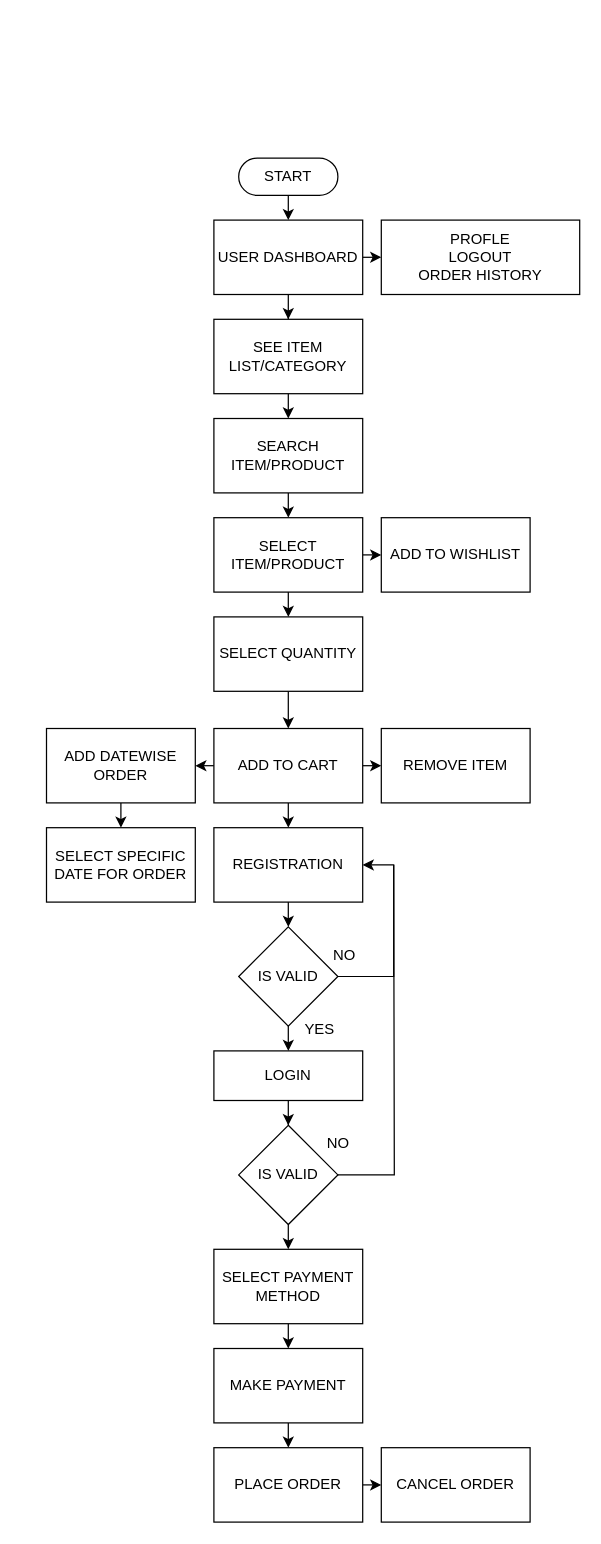
sonukshatriya/flowchart keeps this draw.io diagram as page "Page-1" (1 of 2) of gifthamper.drawio. Above is the earlier version. Source tidied: cells renumbered, new cells numbered last; positions are measured from the earlier drawing's top-left corner, leaving out a move shared by most shapes. Both pictures are drawn from the tidied source at 124%, with x=0, y=0 at pixel (46, 157).
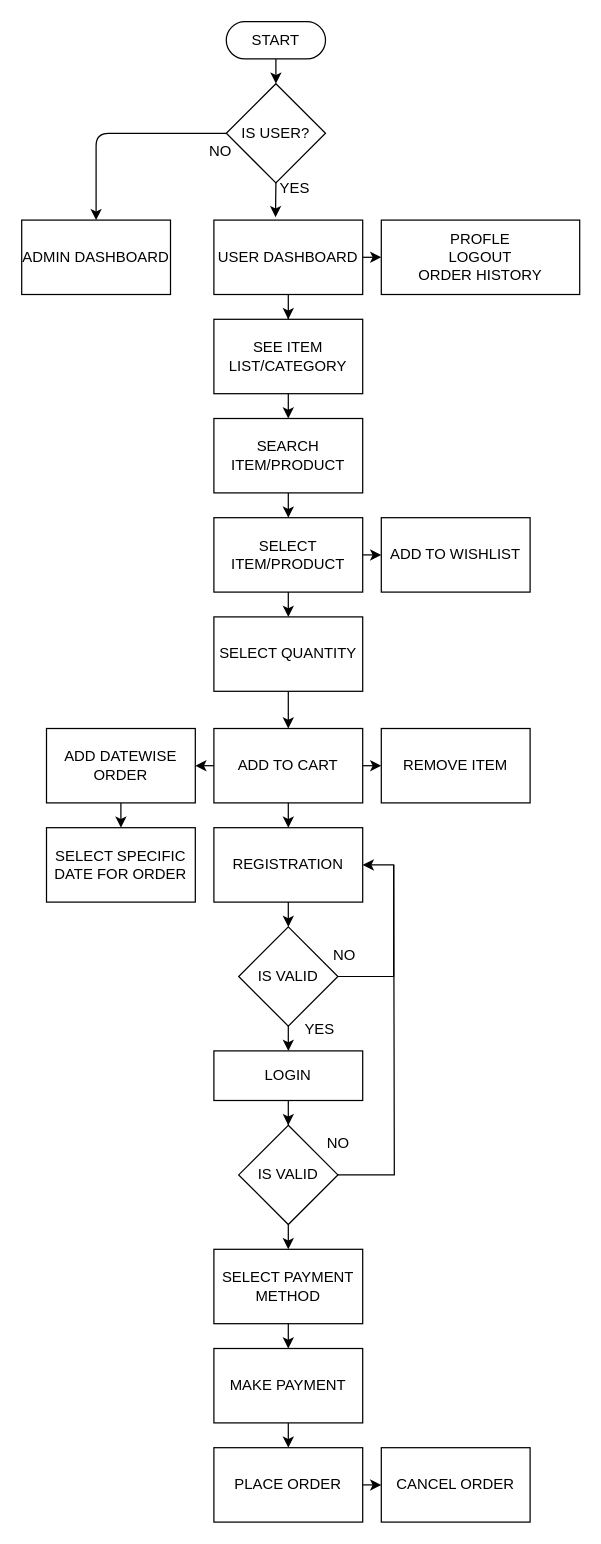
After the change.

Unchanged cells that the change refers to:
```xml
<mxCell id="6" value="USER DASHBOARD" style="rounded=0;whiteSpace=wrap;html=1;" parent="1" vertex="1">
  <mxGeometry x="135" y="50" width="120" height="60" as="geometry" />
</mxCell>
```

Change to the diagram source:
```diff
@@
     <mxCell id="2" style="edgeStyle=orthogonalEdgeStyle;rounded=0;jettySize=auto;html=1;exitX=0.5;exitY=0.5;exitDx=0;exitDy=15;exitPerimeter=0;entryX=0.5;entryY=0.5;entryDx=0;entryDy=-15;entryPerimeter=0;" parent="1" edge="1" source="3">
       <mxGeometry relative="1" as="geometry">
-        <mxPoint x="195" y="50" as="targetPoint" />
+        <mxPoint x="185" y="-60" as="targetPoint" />
       </mxGeometry>
     </mxCell>
     <mxCell id="3" value="START" style="html=1;dashed=0;whiteSpace=wrap;shape=mxgraph.dfd.start;" parent="1" vertex="1">
-      <mxGeometry x="155" width="80" height="30" as="geometry" />
+      <mxGeometry x="145" y="-110" width="80" height="30" as="geometry" />
     </mxCell>
@@
+    <mxCell id="46" style="edgeStyle=none;html=1;exitX=0.5;exitY=1;exitDx=0;exitDy=0;entryX=0.414;entryY=-0.039;entryDx=0;entryDy=0;entryPerimeter=0;" parent="1" edge="1" source="48" target="6">
+      <mxGeometry relative="1" as="geometry" />
+    </mxCell>
+    <mxCell id="47" style="edgeStyle=none;html=1;exitX=0;exitY=0.5;exitDx=0;exitDy=0;entryX=0.5;entryY=0;entryDx=0;entryDy=0;" parent="1" edge="1" source="48" target="51">
+      <mxGeometry relative="1" as="geometry">
+        <Array as="points">
+          <mxPoint x="40" y="-20" />
+        </Array>
+      </mxGeometry>
+    </mxCell>
+    <mxCell id="48" value="IS USER?" style="rhombus;whiteSpace=wrap;html=1;" parent="1" vertex="1">
+      <mxGeometry x="145" y="-60" width="80" height="80" as="geometry" />
+    </mxCell>
+    <mxCell id="49" value="YES" style="text;html=1;align=center;verticalAlign=middle;strokeColor=none;fillColor=none;" parent="1" vertex="1">
+      <mxGeometry x="175" y="10" width="50" height="30" as="geometry" />
+    </mxCell>
+    <mxCell id="50" value="NO" style="text;html=1;align=center;verticalAlign=middle;strokeColor=none;fillColor=none;" parent="1" vertex="1">
+      <mxGeometry x="120" y="-20" width="40" height="30" as="geometry" />
+    </mxCell>
+    <mxCell id="51" value="ADMIN DASHBOARD" style="rounded=0;whiteSpace=wrap;html=1;" parent="1" vertex="1">
+      <mxGeometry x="-20" y="50" width="120" height="60" as="geometry" />
+    </mxCell>
```
